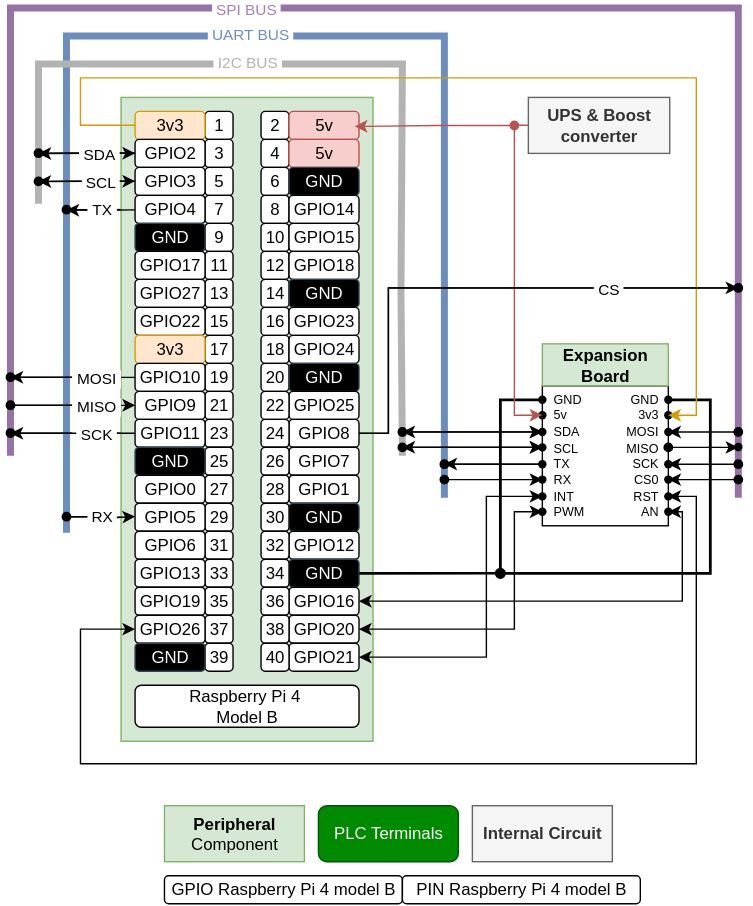
dct-is/dct-is.github.io keeps this draw.io diagram as assets/diagrames-blocs/diagrama-blocs-gateberry-exp-board.svg. Above is the earlier version. Source tidied: cells renumbered, new cells last; positions are measured from the earlier drawing's top-left corner, leaving out a move shared by most shapes.
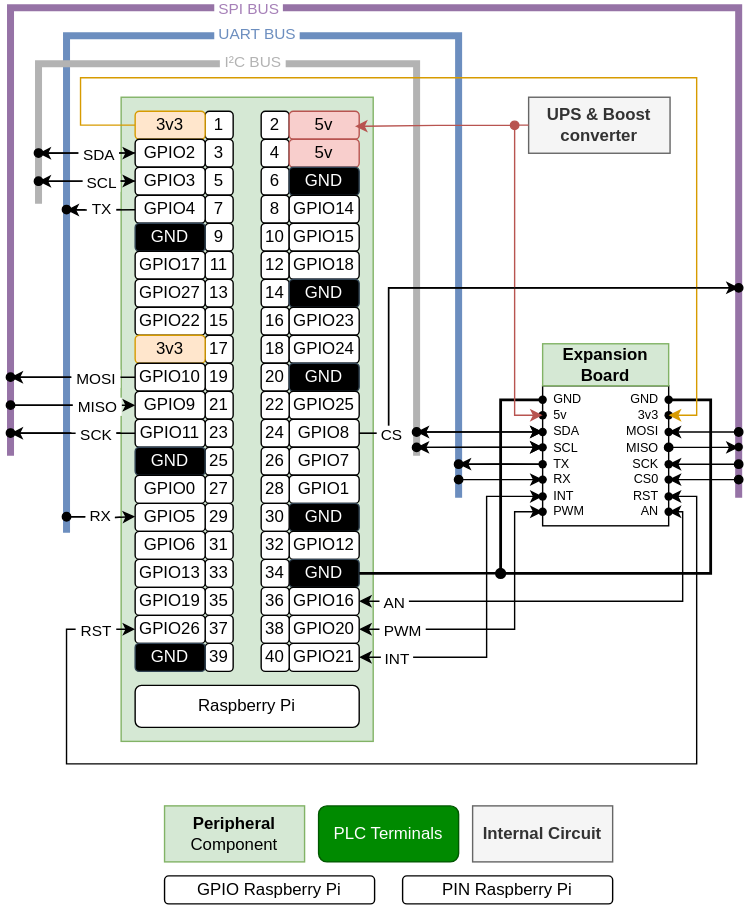
The same file after the commit.

What changed in the source:
```diff
@@ -5,10 +5,10 @@
     <mxCell id="2" style="endArrow=none;html=1;rounded=0;strokeWidth=5;fillColor=#dae8fc;strokeColor=#6c8ebf;" parent="1" edge="1">
       <mxGeometry relative="1" as="geometry">
         <mxPoint x="40" y="375" as="sourcePoint" />
-        <mxPoint x="310" y="350" as="targetPoint" />
+        <mxPoint x="320" y="350" as="targetPoint" />
         <Array as="points">
           <mxPoint x="40" y="20" />
-          <mxPoint x="310" y="20" />
+          <mxPoint x="320" y="20" />
         </Array>
       </mxGeometry>
     </mxCell>
@@ -103,16 +103,16 @@
     </mxCell>
     <mxCell id="17" style="html=1;rounded=0;fillColor=#f5f5f5;strokeColor=#B3B3B3;strokeWidth=5;endArrow=none;endFill=0;" parent="1" edge="1">
       <mxGeometry relative="1" as="geometry">
-        <mxPoint x="280" y="320" as="sourcePoint" />
+        <mxPoint x="290" y="320" as="sourcePoint" />
         <mxPoint x="20" y="140" as="targetPoint" />
         <Array as="points">
-          <mxPoint x="279" y="203.9" />
-          <mxPoint x="280" y="40" />
+          <mxPoint x="290" y="210" />
+          <mxPoint x="290" y="40" />
           <mxPoint x="20" y="40" />
         </Array>
       </mxGeometry>
     </mxCell>
-    <mxCell id="18" value="&amp;nbsp;I2C BUS&amp;nbsp;" style="edgeLabel;html=1;align=center;verticalAlign=middle;fontColor=#B3B3B3;" parent="17" vertex="1">
+    <mxCell id="18" value="&amp;nbsp;I²C BUS&amp;nbsp;" style="edgeLabel;html=1;align=center;verticalAlign=middle;fontColor=#B3B3B3;" parent="17" vertex="1">
       <mxGeometry x="0.38" y="-2" relative="1" as="geometry">
         <mxPoint x="50" as="offset" />
       </mxGeometry>
@@ -361,37 +361,37 @@
     <mxCell id="88" value="&lt;span style=&quot;font-family: Helvetica; font-size: 12px; font-style: normal; font-variant-ligatures: normal; font-variant-caps: normal; font-weight: 400; letter-spacing: normal; orphans: 2; text-align: center; text-indent: 0px; text-transform: none; widows: 2; word-spacing: 0px; -webkit-text-stroke-width: 0px; white-space: normal; text-decoration-thickness: initial; text-decoration-style: initial; text-decoration-color: initial; float: none; display: inline !important;&quot;&gt;GPIO19&lt;/span&gt;" style="rounded=1;whiteSpace=wrap;html=1;fontColor=default;labelBackgroundColor=none;" parent="1" vertex="1">
       <mxGeometry x="89" y="413.9" width="50" height="20" as="geometry" />
     </mxCell>
-    <mxCell id="89" style="edgeStyle=orthogonalEdgeStyle;rounded=0;jettySize=auto;html=1;startArrow=classic;startFill=1;" parent="1" edge="1" source="90" target="142">
+    <mxCell id="89" style="edgeStyle=orthogonalEdgeStyle;rounded=0;jettySize=auto;html=1;startArrow=classic;startFill=1;" parent="1" edge="1" source="91" target="142">
       <mxGeometry relative="1" as="geometry">
         <Array as="points">
-          <mxPoint x="50" y="444" />
-          <mxPoint x="50" y="540" />
+          <mxPoint x="40" y="444" />
+          <mxPoint x="40" y="540" />
           <mxPoint x="490" y="540" />
           <mxPoint x="490" y="349" />
         </Array>
       </mxGeometry>
     </mxCell>
-    <mxCell id="90" value="GPIO26" style="rounded=1;whiteSpace=wrap;html=1;" parent="1" vertex="1">
-      <mxGeometry x="89" y="433.9" width="50" height="20" as="geometry" />
+    <mxCell id="90" value="&amp;nbsp;RST&amp;nbsp;" style="edgeLabel;html=1;align=center;verticalAlign=middle;points=[];" parent="89" vertex="1">
+      <mxGeometry x="-0.94" y="2" relative="1" as="geometry">
+        <mxPoint x="-6" y="-2" as="offset" />
+      </mxGeometry>
     </mxCell>
-    <mxCell id="91" value="GND" style="rounded=1;whiteSpace=wrap;html=1;fillColor=#000000;fontColor=#ffffff;strokeColor=#314354;" parent="1" vertex="1">
-      <mxGeometry x="89" y="453.9" width="50" height="20" as="geometry" />
+    <mxCell id="91" value="GPIO26" style="rounded=1;whiteSpace=wrap;html=1;" parent="1" vertex="1">
+      <mxGeometry x="89" y="433.9" width="50" height="20" as="geometry" />
     </mxCell>
-    <mxCell id="92" value="GPIO25" style="rounded=1;whiteSpace=wrap;html=1;" parent="1" vertex="1">
-      <mxGeometry x="199" y="273.9" width="50" height="20" as="geometry" />
+    <mxCell id="92" value="GND" style="rounded=1;whiteSpace=wrap;html=1;fillColor=#000000;fontColor=#ffffff;strokeColor=#314354;" parent="1" vertex="1">
+      <mxGeometry x="89" y="453.9" width="50" height="20" as="geometry" />
     </mxCell>
-    <mxCell id="93" style="edgeStyle=orthogonalEdgeStyle;rounded=0;jettySize=auto;html=1;" parent="1" edge="1" source="95">
-      <mxGeometry relative="1" as="geometry">
-        <mxPoint x="520" y="200" as="targetPoint" />
-        <Array as="points">
-          <mxPoint x="270" y="304" />
-          <mxPoint x="270" y="200" />
-        </Array>
-      </mxGeometry>
+    <mxCell id="93" value="GPIO25" style="rounded=1;whiteSpace=wrap;html=1;" parent="1" vertex="1">
+      <mxGeometry x="199" y="273.9" width="50" height="20" as="geometry" />
     </mxCell>
-    <mxCell id="94" value="&amp;nbsp;CS&amp;nbsp;" style="edgeLabel;html=1;align=center;verticalAlign=middle;" parent="93" vertex="1">
-      <mxGeometry x="0.62" relative="1" as="geometry">
-        <mxPoint x="-24" as="offset" />
+    <mxCell id="94" style="edgeStyle=orthogonalEdgeStyle;rounded=0;jettySize=auto;html=1;" parent="1" edge="1" source="95">
+      <mxGeometry relative="1" as="geometry">
+        <mxPoint x="520" y="200" as="targetPoint" />
+        <Array as="points">
+          <mxPoint x="270" y="304" />
+          <mxPoint x="270" y="200" />
+        </Array>
       </mxGeometry>
     </mxCell>
     <mxCell id="95" value="GPIO8" style="rounded=1;whiteSpace=wrap;html=1;" parent="1" vertex="1">
@@ -451,7 +451,7 @@
     <mxCell id="113" value="40" style="rounded=1;whiteSpace=wrap;html=1;" parent="1" vertex="1">
       <mxGeometry x="179" y="453.9" width="20" height="20" as="geometry" />
     </mxCell>
-    <mxCell id="114" value="Raspberry Pi 4&amp;nbsp;&lt;div&gt;&lt;span style=&quot;background-color: transparent; color: light-dark(rgb(0, 0, 0), rgb(255, 255, 255));&quot;&gt;Model B&lt;/span&gt;&lt;/div&gt;" style="whiteSpace=wrap;html=1;rounded=1;" parent="1" vertex="1">
+    <mxCell id="114" value="Raspberry Pi" style="whiteSpace=wrap;html=1;rounded=1;" parent="1" vertex="1">
       <mxGeometry x="89" y="483.9" width="160" height="30" as="geometry" />
     </mxCell>
     <mxCell id="115" value="&lt;span style=&quot;font-size: 12px;&quot;&gt;&lt;b&gt;UPS &amp;amp;&amp;nbsp;&lt;/b&gt;&lt;/span&gt;&lt;b&gt;Boost converter&lt;/b&gt;" style="rounded=0;whiteSpace=wrap;html=1;fillColor=#f5f5f5;strokeColor=#666666;fontColor=#333333;" parent="1" vertex="1">
@@ -484,7 +484,7 @@
     </mxCell>
     <mxCell id="122" style="edgeStyle=orthogonalEdgeStyle;rounded=0;jettySize=auto;html=1;startArrow=classic;startFill=1;endArrow=oval;endFill=1;" parent="1" edge="1" source="123">
       <mxGeometry relative="1" as="geometry">
-        <mxPoint x="280" y="303" as="targetPoint" />
+        <mxPoint x="290" y="303" as="targetPoint" />
       </mxGeometry>
     </mxCell>
     <mxCell id="123" style="shape=waypoint;sketch=0;size=6;points=[];fillColor=none;perimeter=centerPerimeter;snapToPoint=1;" parent="1" vertex="1">
@@ -492,7 +492,7 @@
     </mxCell>
     <mxCell id="124" style="edgeStyle=orthogonalEdgeStyle;rounded=0;jettySize=auto;html=1;endArrow=oval;endFill=1;startArrow=classic;startFill=1;" parent="1" edge="1" source="125">
       <mxGeometry relative="1" as="geometry">
-        <mxPoint x="280" y="314" as="targetPoint" />
+        <mxPoint x="290" y="314" as="targetPoint" />
       </mxGeometry>
     </mxCell>
     <mxCell id="125" style="shape=waypoint;sketch=0;size=6;points=[];fillColor=none;perimeter=centerPerimeter;snapToPoint=1;" parent="1" vertex="1">
@@ -500,7 +500,7 @@
     </mxCell>
     <mxCell id="126" style="edgeStyle=orthogonalEdgeStyle;rounded=0;jettySize=auto;html=1;endArrow=oval;endFill=1;startArrow=none;startFill=0;" parent="1" edge="1" source="127">
       <mxGeometry relative="1" as="geometry">
-        <mxPoint x="310" y="326" as="targetPoint" />
+        <mxPoint x="320" y="326" as="targetPoint" />
       </mxGeometry>
     </mxCell>
     <mxCell id="127" style="shape=waypoint;sketch=0;size=6;points=[];fillColor=none;perimeter=centerPerimeter;snapToPoint=1;" parent="1" vertex="1">
@@ -508,7 +508,7 @@
     </mxCell>
     <mxCell id="128" style="edgeStyle=orthogonalEdgeStyle;rounded=0;jettySize=auto;html=1;endArrow=oval;endFill=1;startArrow=classic;startFill=1;" parent="1" edge="1" source="129">
       <mxGeometry relative="1" as="geometry">
-        <mxPoint x="310" y="337" as="targetPoint" />
+        <mxPoint x="320" y="337" as="targetPoint" />
       </mxGeometry>
     </mxCell>
     <mxCell id="129" style="shape=waypoint;sketch=0;size=6;points=[];fillColor=none;perimeter=centerPerimeter;snapToPoint=1;" parent="1" vertex="1">
@@ -543,7 +543,7 @@
     <mxCell id="136" style="shape=waypoint;sketch=0;size=6;points=[];fillColor=none;perimeter=centerPerimeter;snapToPoint=1;" parent="1" vertex="1">
       <mxGeometry x="460" y="293" width="20" height="20" as="geometry" />
     </mxCell>
-    <mxCell id="137" style="edgeStyle=orthogonalEdgeStyle;rounded=0;jettySize=auto;html=1;startArrow=oval;startFill=1;endArrow=classic;endFill=1;" parent="1" edge="1" source="176">
+    <mxCell id="137" style="edgeStyle=orthogonalEdgeStyle;rounded=0;jettySize=auto;html=1;startArrow=oval;startFill=1;endArrow=classic;endFill=1;" parent="1" edge="1" source="179">
       <mxGeometry relative="1" as="geometry">
         <mxPoint x="520" y="314" as="targetPoint" />
       </mxGeometry>
@@ -676,83 +676,101 @@
         </Array>
       </mxGeometry>
     </mxCell>
-    <mxCell id="167" style="edgeStyle=orthogonalEdgeStyle;rounded=0;jettySize=auto;html=1;entryX=0.69;entryY=0.91;entryDx=0;entryDy=0;entryPerimeter=0;startArrow=classic;startFill=1;" parent="1" edge="1" source="101" target="143">
-      <mxGeometry relative="1" as="geometry">
-        <Array as="points">
-          <mxPoint x="480" y="424" />
-          <mxPoint x="480" y="360" />
-        </Array>
+    <mxCell id="167" value="&amp;nbsp;PWM&amp;nbsp;" style="edgeLabel;html=1;align=center;verticalAlign=middle;" parent="166" vertex="1">
+      <mxGeometry x="-0.74" y="-1" relative="1" as="geometry">
+        <mxPoint x="2" y="-1" as="offset" />
       </mxGeometry>
     </mxCell>
-    <mxCell id="168" style="edgeStyle=orthogonalEdgeStyle;rounded=0;jettySize=auto;html=1;entryX=0.491;entryY=0.254;entryDx=0;entryDy=0;entryPerimeter=0;startArrow=classic;startFill=1;" parent="1" edge="1" source="103" target="130">
+    <mxCell id="168" style="edgeStyle=orthogonalEdgeStyle;rounded=0;jettySize=auto;html=1;entryX=0.69;entryY=0.91;entryDx=0;entryDy=0;entryPerimeter=0;startArrow=classic;startFill=1;" parent="1" edge="1" source="101" target="143">
       <mxGeometry relative="1" as="geometry">
         <Array as="points">
-          <mxPoint x="340" y="464" />
-          <mxPoint x="340" y="349" />
+          <mxPoint x="480" y="424" />
+          <mxPoint x="480" y="360" />
         </Array>
       </mxGeometry>
     </mxCell>
-    <mxCell id="169" style="edgeStyle=orthogonalEdgeStyle;rounded=0;jettySize=auto;html=1;startArrow=none;startFill=0;endArrow=oval;endFill=1;strokeWidth=0;exitX=-0.139;exitY=0.325;exitDx=0;exitDy=0;exitPerimeter=0;" parent="1" edge="1" source="176">
-      <mxGeometry relative="1" as="geometry">
-        <mxPoint x="520" y="313.7" as="targetPoint" />
+    <mxCell id="169" value="&amp;nbsp;AN&amp;nbsp;" style="edgeLabel;html=1;align=center;verticalAlign=middle;" parent="168" vertex="1">
+      <mxGeometry x="-0.83" y="-1" relative="1" as="geometry">
+        <mxPoint x="-1" y="-1" as="offset" />
       </mxGeometry>
     </mxCell>
-    <mxCell id="170" style="edgeStyle=orthogonalEdgeStyle;rounded=0;orthogonalLoop=1;jettySize=auto;html=1;endArrow=oval;endFill=1;" parent="1" edge="1">
+    <mxCell id="170" style="edgeStyle=orthogonalEdgeStyle;rounded=0;jettySize=auto;html=1;entryX=0.491;entryY=0.254;entryDx=0;entryDy=0;entryPerimeter=0;startArrow=classic;startFill=1;" parent="1" edge="1" source="103" target="130">
       <mxGeometry relative="1" as="geometry">
-        <mxPoint x="249" y="304" as="sourcePoint" />
-        <mxPoint x="520" y="200.1" as="targetPoint" />
         <Array as="points">
-          <mxPoint x="270" y="304.1" />
-          <mxPoint x="270" y="200.1" />
+          <mxPoint x="340" y="464" />
+          <mxPoint x="340" y="349" />
         </Array>
       </mxGeometry>
     </mxCell>
-    <mxCell id="171" value="&amp;nbsp;CS&amp;nbsp;" style="edgeLabel;html=1;align=center;verticalAlign=middle;" parent="170" vertex="1">
-      <mxGeometry x="0.62" relative="1" as="geometry">
-        <mxPoint x="-23" as="offset" />
+    <mxCell id="171" value="&amp;nbsp;INT&amp;nbsp;" style="edgeLabel;html=1;align=center;verticalAlign=middle;" parent="170" vertex="1">
+      <mxGeometry x="-0.8" relative="1" as="geometry">
+        <mxPoint x="1" as="offset" />
       </mxGeometry>
     </mxCell>
-    <mxCell id="172" style="edgeStyle=orthogonalEdgeStyle;rounded=0;orthogonalLoop=1;jettySize=auto;html=1;endArrow=classic;endFill=1;startArrow=classic;startFill=1;" parent="1" edge="1">
+    <mxCell id="172" style="edgeStyle=orthogonalEdgeStyle;rounded=0;jettySize=auto;html=1;startArrow=none;startFill=0;endArrow=oval;endFill=1;strokeWidth=0;exitX=-0.139;exitY=0.325;exitDx=0;exitDy=0;exitPerimeter=0;" parent="1" edge="1" source="179">
       <mxGeometry relative="1" as="geometry">
-        <mxPoint x="380" y="313.9" as="sourcePoint" />
-        <mxPoint x="280" y="313.9" as="targetPoint" />
+        <mxPoint x="520" y="313.7" as="targetPoint" />
       </mxGeometry>
     </mxCell>
-    <mxCell id="173" style="edgeStyle=orthogonalEdgeStyle;rounded=0;orthogonalLoop=1;jettySize=auto;html=1;startArrow=classic;startFill=1;endArrow=classic;endFill=1;" parent="1" edge="1">
+    <mxCell id="173" style="edgeStyle=orthogonalEdgeStyle;rounded=0;orthogonalLoop=1;jettySize=auto;html=1;endArrow=oval;endFill=1;" parent="1" edge="1">
       <mxGeometry relative="1" as="geometry">
-        <mxPoint x="380" y="302.9" as="sourcePoint" />
-        <mxPoint x="280" y="302.9" as="targetPoint" />
+        <mxPoint x="249" y="304" as="sourcePoint" />
+        <mxPoint x="520" y="200.1" as="targetPoint" />
+        <Array as="points">
+          <mxPoint x="270" y="304.1" />
+          <mxPoint x="270" y="200.1" />
+        </Array>
       </mxGeometry>
     </mxCell>
-    <mxCell id="174" style="edgeStyle=orthogonalEdgeStyle;rounded=0;orthogonalLoop=1;jettySize=auto;html=1;endArrow=classic;endFill=1;startArrow=none;startFill=0;" parent="1" edge="1">
-      <mxGeometry relative="1" as="geometry">
-        <mxPoint x="380" y="325.9" as="sourcePoint" />
-        <mxPoint x="310" y="325.9" as="targetPoint" />
+    <mxCell id="174" value="&amp;nbsp;CS&amp;nbsp;" style="edgeLabel;html=1;align=center;verticalAlign=middle;" parent="173" vertex="1">
+      <mxGeometry x="0.62" relative="1" as="geometry">
+        <mxPoint x="-177" y="104" as="offset" />
       </mxGeometry>
     </mxCell>
-    <mxCell id="175" style="edgeStyle=orthogonalEdgeStyle;rounded=0;orthogonalLoop=1;jettySize=auto;html=1;startArrow=none;startFill=0;endArrow=oval;endFill=1;" parent="1" edge="1">
+    <mxCell id="175" style="edgeStyle=orthogonalEdgeStyle;rounded=0;orthogonalLoop=1;jettySize=auto;html=1;endArrow=classic;endFill=1;startArrow=classic;startFill=1;" parent="1" edge="1">
       <mxGeometry relative="1" as="geometry">
-        <mxPoint x="470" y="313.7" as="sourcePoint" />
-        <mxPoint x="470" y="314" as="targetPoint" />
+        <mxPoint x="380" y="313.9" as="sourcePoint" />
+        <mxPoint x="290" y="314" as="targetPoint" />
       </mxGeometry>
     </mxCell>
-    <mxCell id="176" style="shape=waypoint;sketch=0;size=6;points=[];fillColor=none;perimeter=centerPerimeter;snapToPoint=1;strokeWidth=1;" parent="1" vertex="1">
-      <mxGeometry x="460" y="304" width="20" height="20" as="geometry" />
+    <mxCell id="176" style="edgeStyle=orthogonalEdgeStyle;rounded=0;orthogonalLoop=1;jettySize=auto;html=1;startArrow=classic;startFill=1;endArrow=classic;endFill=1;" parent="1" edge="1">
+      <mxGeometry relative="1" as="geometry">
+        <mxPoint x="380" y="302.9" as="sourcePoint" />
+        <mxPoint x="290" y="303" as="targetPoint" />
+        <Array as="points">
+          <mxPoint x="290" y="303" />
+        </Array>
+      </mxGeometry>
     </mxCell>
-    <mxCell id="177" value="&lt;span style=&quot;font-family: Helvetica; font-size: 12px; font-style: normal; font-variant-ligatures: normal; font-variant-caps: normal; font-weight: 400; letter-spacing: normal; orphans: 2; text-align: center; text-indent: 0px; text-transform: none; widows: 2; word-spacing: 0px; -webkit-text-stroke-width: 0px; white-space: normal; text-decoration-thickness: initial; text-decoration-style: initial; text-decoration-color: initial; float: none; display: inline !important;&quot;&gt;GPIO&amp;nbsp;&lt;/span&gt;Raspberry Pi 4 model B" style="rounded=1;whiteSpace=wrap;html=1;fontColor=default;labelBackgroundColor=none;" parent="1" vertex="1">
-      <mxGeometry x="110" y="620" width="170" height="20" as="geometry" />
+    <mxCell id="177" style="edgeStyle=orthogonalEdgeStyle;rounded=0;orthogonalLoop=1;jettySize=auto;html=1;endArrow=classic;endFill=1;startArrow=none;startFill=0;" parent="1" edge="1">
+      <mxGeometry relative="1" as="geometry">
+        <mxPoint x="380" y="325.9" as="sourcePoint" />
+        <mxPoint x="320" y="326" as="targetPoint" />
+      </mxGeometry>
     </mxCell>
-    <mxCell id="178" value="PIN Raspberry Pi 4 model B" style="rounded=1;whiteSpace=wrap;html=1;" parent="1" vertex="1">
-      <mxGeometry x="280" y="620" width="170" height="20" as="geometry" />
+    <mxCell id="178" style="edgeStyle=orthogonalEdgeStyle;rounded=0;orthogonalLoop=1;jettySize=auto;html=1;startArrow=none;startFill=0;endArrow=oval;endFill=1;" parent="1" edge="1">
+      <mxGeometry relative="1" as="geometry">
+        <mxPoint x="470" y="313.7" as="sourcePoint" />
+        <mxPoint x="470" y="314" as="targetPoint" />
+      </mxGeometry>
     </mxCell>
-    <mxCell id="179" value="&lt;b&gt;Peripheral&lt;/b&gt;&lt;div&gt;Component&lt;/div&gt;" style="rounded=0;whiteSpace=wrap;html=1;fillColor=#d5e8d4;strokeColor=#82b366;" parent="1" vertex="1">
-      <mxGeometry x="110" y="570" width="100" height="40" as="geometry" />
+    <mxCell id="179" style="shape=waypoint;sketch=0;size=6;points=[];fillColor=none;perimeter=centerPerimeter;snapToPoint=1;strokeWidth=1;" parent="1" vertex="1">
+      <mxGeometry x="460" y="304" width="20" height="20" as="geometry" />
     </mxCell>
-    <mxCell id="180" value="&lt;b&gt;Internal Circuit&lt;/b&gt;" style="rounded=0;whiteSpace=wrap;html=1;fillColor=#f5f5f5;strokeColor=#666666;fontColor=#333333;" parent="1" vertex="1">
-      <mxGeometry x="330" y="570" width="100" height="40" as="geometry" />
+    <mxCell id="180" value="&lt;span style=&quot;font-family: Helvetica; font-size: 12px; font-style: normal; font-variant-ligatures: normal; font-variant-caps: normal; font-weight: 400; letter-spacing: normal; orphans: 2; text-align: center; text-indent: 0px; text-transform: none; widows: 2; word-spacing: 0px; -webkit-text-stroke-width: 0px; white-space: normal; text-decoration-thickness: initial; text-decoration-style: initial; text-decoration-color: initial; float: none; display: inline !important;&quot;&gt;GPIO&amp;nbsp;&lt;/span&gt;Raspberry Pi" style="rounded=1;whiteSpace=wrap;html=1;fontColor=default;labelBackgroundColor=none;" parent="1" vertex="1">
+      <mxGeometry x="110" y="620" width="150" height="20" as="geometry" />
     </mxCell>
-    <mxCell id="181" value="PLC Terminals" style="rounded=1;whiteSpace=wrap;html=1;fillColor=#008a00;strokeColor=#005700;glass=0;shadow=0;fontColor=#ffffff;" parent="1" vertex="1">
-      <mxGeometry x="220" y="570" width="100" height="40" as="geometry" />
+    <mxCell id="181" value="PIN Raspberry Pi" style="rounded=1;whiteSpace=wrap;html=1;" parent="1" vertex="1">
+      <mxGeometry x="280" y="620" width="150" height="20" as="geometry" />
     </mxCell>
+    <mxCell id="182" value="&lt;b&gt;Peripheral&lt;/b&gt;&lt;div&gt;Component&lt;/div&gt;" style="rounded=0;whiteSpace=wrap;html=1;fillColor=#d5e8d4;strokeColor=#82b366;" parent="1" vertex="1">
+      <mxGeometry x="110" y="570" width="100" height="40" as="geometry" />
+    </mxCell>
+    <mxCell id="183" value="&lt;b&gt;Internal Circuit&lt;/b&gt;" style="rounded=0;whiteSpace=wrap;html=1;fillColor=#f5f5f5;strokeColor=#666666;fontColor=#333333;" parent="1" vertex="1">
+      <mxGeometry x="330" y="570" width="100" height="40" as="geometry" />
+    </mxCell>
+    <mxCell id="184" value="PLC Terminals" style="rounded=1;whiteSpace=wrap;html=1;fillColor=#008a00;strokeColor=#005700;glass=0;shadow=0;fontColor=#ffffff;" parent="1" vertex="1">
+      <mxGeometry x="220" y="570" width="100" height="40" as="geometry" />
+    </mxCell>
   </root>
 </mxGraphModel>
```
